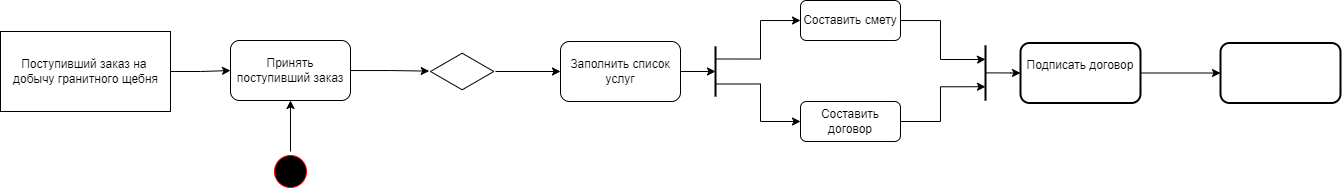
This is Widow_Deiatelnosti.drawio.png from Awftf/UML, a draw.io export, as it was before one commit. Source tidied: cells renumbered, new cells last; positions are measured from the earlier drawing's top-left corner, leaving out a move shared by most shapes.
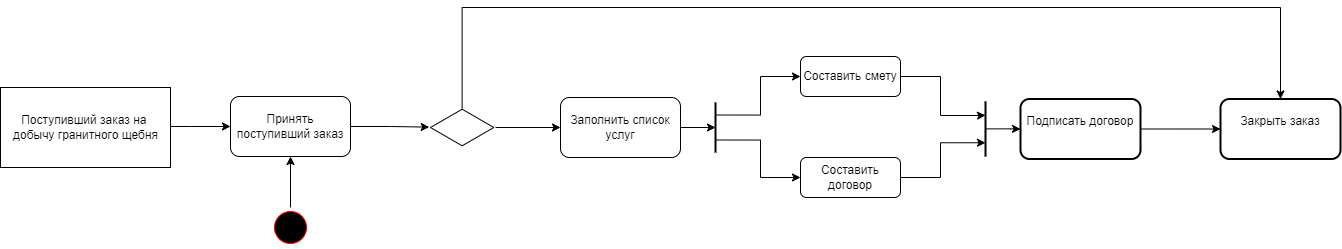
The same diagram one commit later.

Change to the diagram source:
```diff
@@ -9,7 +9,12 @@
       <mxGeometry x="270" y="151" width="40" height="40" as="geometry" />
     </mxCell>
     <mxCell id="4" style="edgeStyle=orthogonalEdgeStyle;rounded=0;jettySize=auto;html=1;" parent="1" edge="1" source="5" target="7">
-      <mxGeometry relative="1" as="geometry" />
+      <mxGeometry relative="1" as="geometry">
+        <Array as="points">
+          <mxPoint x="190" y="70" />
+          <mxPoint x="190" y="70" />
+        </Array>
+      </mxGeometry>
     </mxCell>
     <mxCell id="5" value="Поступивший заказ на &lt;br&gt;добычу гранитного щебня" style="html=1;" parent="1" vertex="1">
       <mxGeometry y="31" width="170" height="80" as="geometry" />
@@ -31,6 +36,14 @@
     <mxCell id="10" value="Заполнить список услуг" style="whiteSpace=wrap;html=1;rounded=1;" parent="1" vertex="1">
       <mxGeometry x="560" y="41" width="120" height="60" as="geometry" />
     </mxCell>
+    <mxCell id="24" style="edgeStyle=orthogonalEdgeStyle;rounded=0;jettySize=auto;html=1;entryX=0.5;entryY=0;entryDx=0;entryDy=0;" parent="1" edge="1" source="11" target="23">
+      <mxGeometry relative="1" as="geometry">
+        <Array as="points">
+          <mxPoint x="462" y="-49" />
+          <mxPoint x="1280" y="-49" />
+        </Array>
+      </mxGeometry>
+    </mxCell>
     <mxCell id="11" style="html=1;whiteSpace=wrap;shape=isoRectangle;" parent="1" vertex="1">
       <mxGeometry x="430" y="52" width="63.3" height="38" as="geometry" />
     </mxCell>
@@ -78,7 +91,7 @@
     <mxCell id="22" value="Подписать договор" style="rounded=1;whiteSpace=wrap;html=1;verticalAlign=top;strokeWidth=2;labelBackgroundColor=default;spacingTop=8;" parent="1" vertex="1">
       <mxGeometry x="1020" y="42.5" width="120" height="60" as="geometry" />
     </mxCell>
-    <mxCell id="23" style="whiteSpace=wrap;html=1;verticalAlign=top;rounded=1;strokeWidth=2;labelBackgroundColor=default;spacingTop=8;" parent="1" vertex="1">
+    <mxCell id="23" value="Закрыть заказ" style="whiteSpace=wrap;html=1;verticalAlign=top;rounded=1;strokeWidth=2;labelBackgroundColor=default;spacingTop=8;" parent="1" vertex="1">
       <mxGeometry x="1220" y="42.5" width="120" height="60" as="geometry" />
     </mxCell>
   </root>
```
